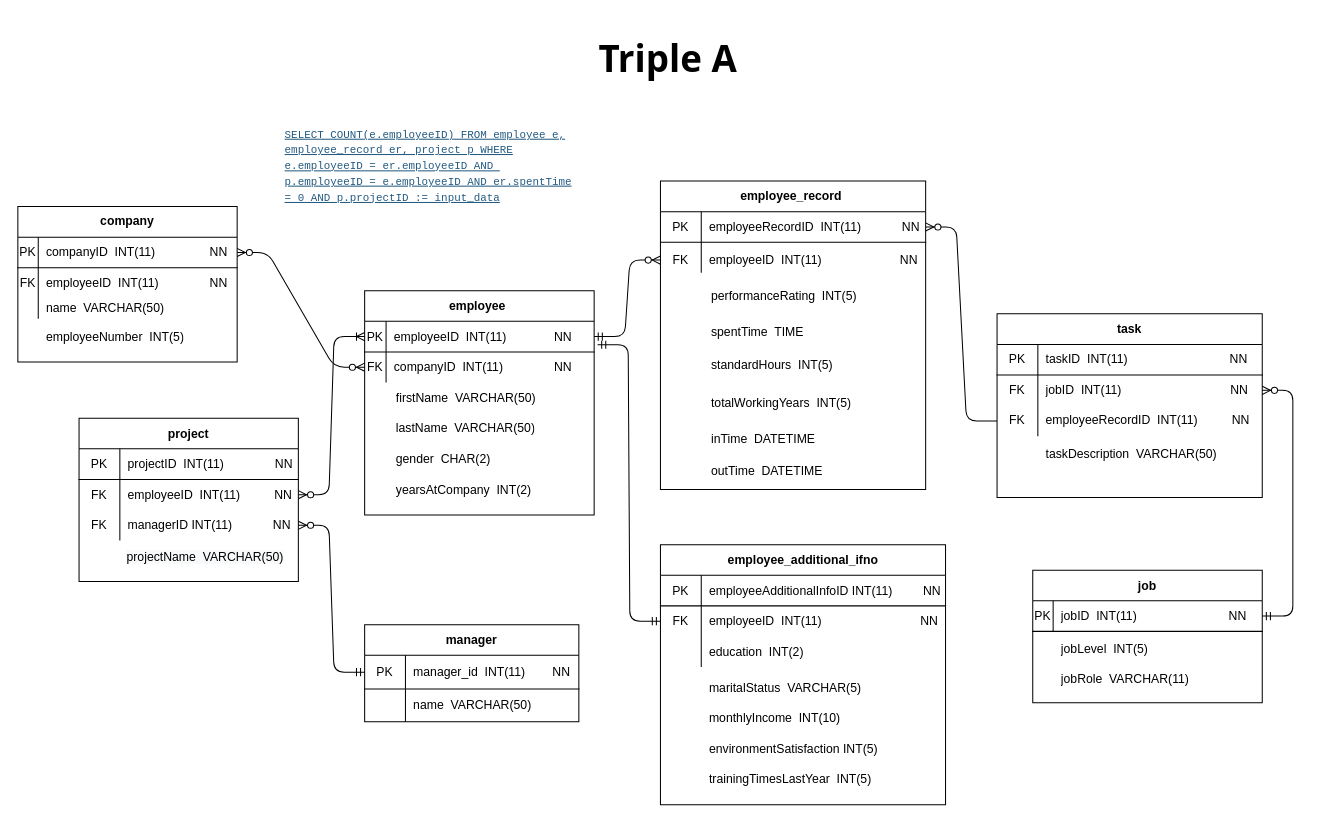
This is docs/ActivMonitoringClass.drawio from s3rikbaeva/Activ-monitoring, a draw.io file, before an edit. Source tidied: cells renumbered, new cells numbered last; positions are measured from the earlier drawing's top-left corner, leaving out a move shared by most shapes. Both pictures are drawn from the tidied source at 102%, with x=0, y=0 at pixel (17, 17).
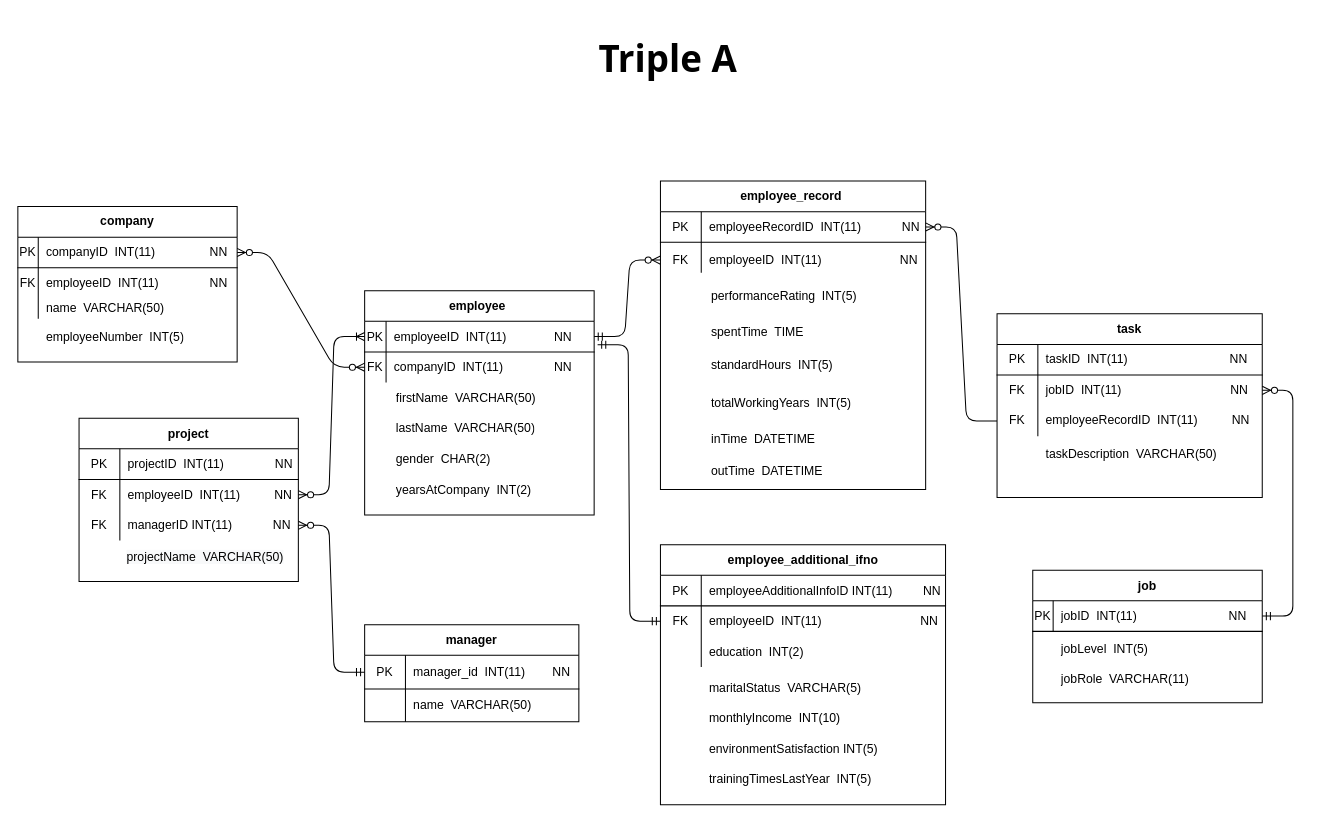
The same page after the edit.

The edit, as a diff of the source:
```diff
@@
-    <mxCell id="100" value="&lt;font color=&quot;#235a81&quot; face=&quot;monospace&quot;&gt;&lt;span style=&quot;font-size: 10.66px&quot;&gt;&lt;u&gt;SELECT COUNT(e.employeeID) FROM employee e, employee_record er, project p WHERE e.employeeID = er.employeeID AND&amp;nbsp; p.employeeID = e.employeeID AND er.spentTime = 0 AND p.projectID := input_data&lt;/u&gt;&lt;/span&gt;&lt;/font&gt;" style="text;whiteSpace=wrap;html=1;" parent="1" vertex="1">
-      <mxGeometry x="260" y="100" width="290" height="30" as="geometry" />
-    </mxCell>
```
